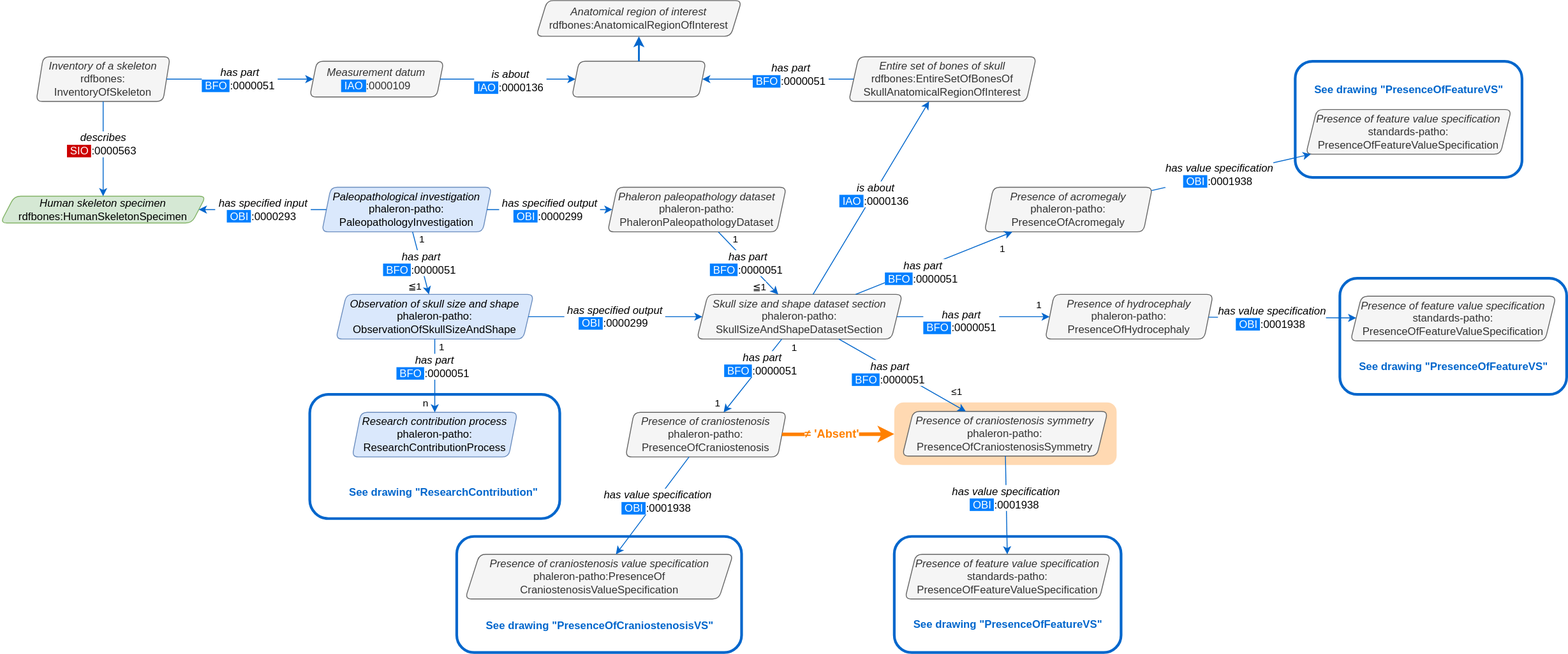
Above: NetworkGraphics/OntologyExtensions/phaleron-patho/phaleron-patho_SizeAndShape_NetworkGraphics.svg in RDFBones/RDFBonesGraphics (draw.io), before the change. Source tidied: cells renumbered, new cells last; positions are measured from the earlier drawing's top-left corner, leaving out a move shared by most shapes.
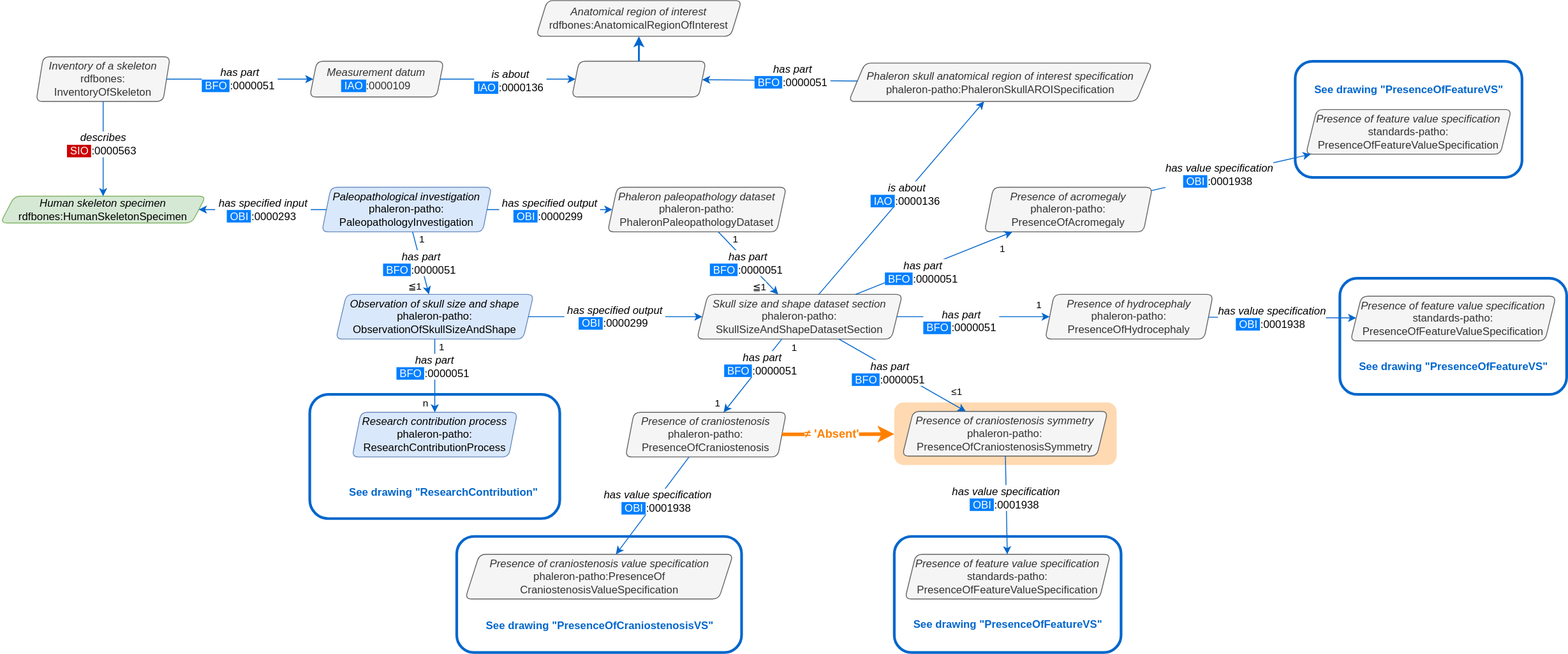
The same diagram one commit later.

Commit message:
Started work on skull ROI specification.

Change to the diagram source:
```diff
@@ -92,8 +92,8 @@
     <mxCell id="27" value="&lt;font style=&quot;font-size: 12px&quot;&gt;&lt;span style=&quot;line-height: 120% ; font-size: 12px&quot;&gt;&lt;i style=&quot;font-size: 12px&quot;&gt;is about&lt;br style=&quot;font-size: 12px&quot;&gt;&lt;/i&gt;&lt;span style=&quot;color: rgb(255 , 255 , 255) ; text-align: left ; background-color: rgb(0 , 127 , 255)&quot;&gt;&amp;nbsp;IAO&amp;nbsp;&lt;/span&gt;:0000136&amp;nbsp;&lt;/span&gt;&lt;/font&gt;" style="rounded=0;html=1;jettySize=auto;strokeColor=#0066CC;fontSize=12;strokeWidth=1;arcSize=20;" parent="1" edge="1" source="17" target="61">
       <mxGeometry x="0.05" y="-2" relative="1" as="geometry" />
     </mxCell>
-    <mxCell id="28" value="&lt;i&gt;Entire set of bones of skull&lt;/i&gt;&lt;br&gt;rdfbones:EntireSetOfBonesOf&lt;br&gt;SkullAnatomicalRegionOfInterest" style="shape=parallelogram;perimeter=parallelogramPerimeter;whiteSpace=wrap;html=1;strokeColor=#666666;fontSize=12;align=center;size=0.05333333333333334;fillColor=#f5f5f5;rounded=1;comic=0;shadow=0;spacing=0;line-height:.8rem;arcSize=14;fontColor=#333333;" parent="1" vertex="1">
-      <mxGeometry x="950" y="63" width="210" height="50" as="geometry" />
+    <mxCell id="28" value="&lt;i&gt;Phaleron skull anatomical region of interest specification&lt;/i&gt;&lt;br&gt;phaleron-patho:PhaleronSkullAROISpecification" style="shape=parallelogram;perimeter=parallelogramPerimeter;whiteSpace=wrap;html=1;strokeColor=#666666;fontSize=12;align=center;size=0.05333333333333334;fillColor=#f5f5f5;rounded=1;comic=0;shadow=0;spacing=0;line-height:.8rem;arcSize=14;fontColor=#333333;" parent="1" vertex="1">
+      <mxGeometry x="950" y="70" width="340" height="43" as="geometry" />
     </mxCell>
     <mxCell id="29" value="&lt;font style=&quot;font-size: 12px&quot;&gt;&lt;span style=&quot;line-height: 120% ; font-size: 12px&quot;&gt;&lt;i style=&quot;font-size: 12px&quot;&gt;is about&lt;br style=&quot;font-size: 12px&quot;&gt;&lt;/i&gt;&lt;span style=&quot;color: rgb(255 , 255 , 255) ; text-align: left ; background-color: rgb(0 , 127 , 255)&quot;&gt;&amp;nbsp;IAO&amp;nbsp;&lt;/span&gt;:0000136&amp;nbsp;&lt;/span&gt;&lt;/font&gt;" style="rounded=0;html=1;jettySize=auto;strokeColor=#0066CC;fontSize=12;strokeWidth=1;arcSize=20;" parent="1" edge="1" source="3" target="28">
       <mxGeometry x="0.05" y="-2" relative="1" as="geometry" />
```
